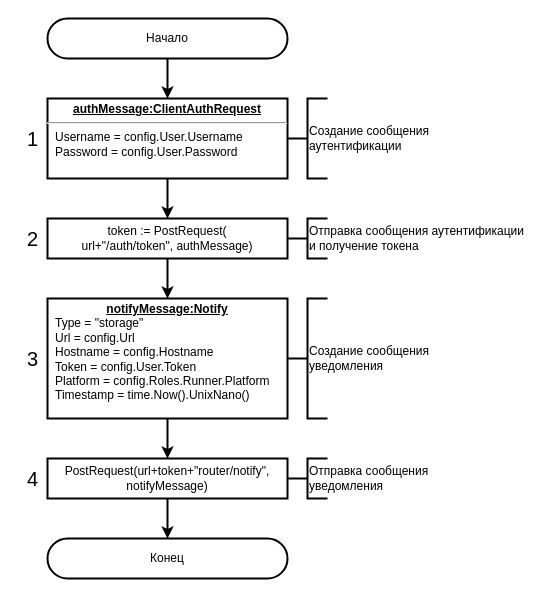
Before: page "notify-router" (1 of 8) of images/algorithm/storage/algorithm-storage.drawio in necroin/vss-docs, a draw.io diagram. Source tidied: cells renumbered, new cells numbered last; positions are measured from the earlier drawing's top-left corner, leaving out a move shared by most shapes. Both pictures are drawn from the tidied source at 100%, with x=0, y=0 at pixel (17, 18).
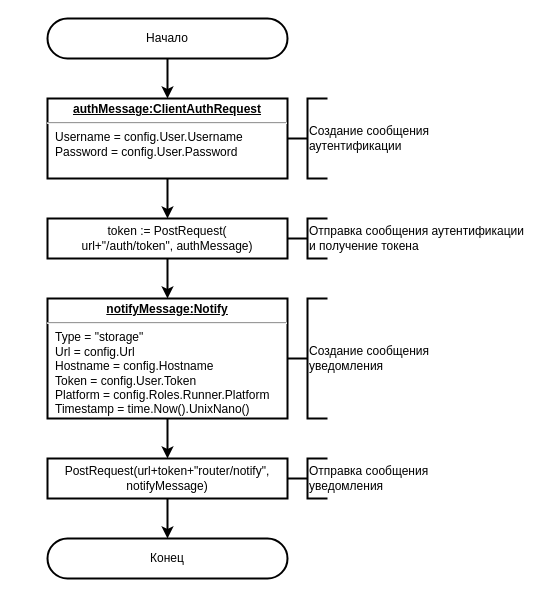
The same page after the edit.

Change to the diagram source:
```diff
@@
-    <mxCell id="11" value="&lt;p style=&quot;margin:0px;margin-top:4px;text-align:center;text-decoration:underline;&quot;&gt;&lt;b&gt;notifyMessage:&lt;/b&gt;&lt;b style=&quot;background-color: initial;&quot;&gt;&lt;u&gt;Notify&lt;/u&gt;&lt;/b&gt;&lt;/p&gt;&lt;p style=&quot;margin:0px;margin-left:8px;&quot;&gt;Type = &quot;storage&quot;&lt;/p&gt;&lt;p style=&quot;margin:0px;margin-left:8px;&quot;&gt;&#9;&#9;Url = config.Url&lt;/p&gt;&lt;p style=&quot;margin:0px;margin-left:8px;&quot;&gt;&lt;span style=&quot;&quot;&gt;&#9;&#9;&lt;/span&gt;Hostname = config.Hostname&lt;/p&gt;&lt;p style=&quot;margin:0px;margin-left:8px;&quot;&gt;&lt;span style=&quot;&quot;&gt;&#9;&#9;&lt;/span&gt;Token = config.User.Token&lt;/p&gt;&lt;p style=&quot;margin:0px;margin-left:8px;&quot;&gt;&lt;span style=&quot;&quot;&gt;&#9;&#9;&lt;/span&gt;Platform = config.Roles.Runner.Platform&lt;/p&gt;&lt;p style=&quot;margin:0px;margin-left:8px;&quot;&gt;&lt;span style=&quot;&quot;&gt;&#9;&#9;&lt;/span&gt;Timestamp = time.Now().UnixNano()&lt;/p&gt;" style="verticalAlign=top;align=left;overflow=fill;fontSize=12;fontFamily=Helvetica;html=1;strokeColor=default;strokeWidth=2;fillColor=none;" parent="1" vertex="1">
-      <mxGeometry x="30" y="280" width="240" height="120" as="geometry" />
-    </mxCell>
@@
-    <mxCell id="13" value="2" style="text;html=1;align=center;verticalAlign=middle;strokeColor=none;fillColor=none;fontSize=20;strokeWidth=2;" parent="1" vertex="1">
-      <mxGeometry y="200" width="30" height="40" as="geometry" />
-    </mxCell>
-    <mxCell id="14" value="1" style="text;html=1;align=center;verticalAlign=middle;strokeColor=none;fillColor=none;fontSize=20;strokeWidth=2;" parent="1" vertex="1">
-      <mxGeometry y="100" width="30" height="40" as="geometry" />
-    </mxCell>
-    <mxCell id="15" value="3" style="text;html=1;align=center;verticalAlign=middle;strokeColor=none;fillColor=none;fontSize=20;strokeWidth=2;" parent="1" vertex="1">
-      <mxGeometry y="320" width="30" height="40" as="geometry" />
-    </mxCell>
-    <mxCell id="16" value="4" style="text;html=1;align=center;verticalAlign=middle;strokeColor=none;fillColor=none;fontSize=20;strokeWidth=2;" parent="1" vertex="1">
-      <mxGeometry y="440" width="30" height="40" as="geometry" />
-    </mxCell>
@@
+    <mxCell id="11" value="&lt;p style=&quot;margin:0px;margin-top:4px;text-align:center;text-decoration:underline;&quot;&gt;&lt;b style=&quot;border-color: var(--border-color);&quot;&gt;notifyMessage:&lt;/b&gt;&lt;b style=&quot;border-color: var(--border-color); background-color: initial;&quot;&gt;&lt;u style=&quot;border-color: var(--border-color);&quot;&gt;Notify&lt;/u&gt;&lt;/b&gt;&lt;br&gt;&lt;/p&gt;&lt;hr&gt;&lt;p style=&quot;border-color: var(--border-color); margin: 0px 0px 0px 8px;&quot;&gt;Type = &quot;storage&quot;&lt;/p&gt;&lt;p style=&quot;border-color: var(--border-color); margin: 0px 0px 0px 8px;&quot;&gt;Url = config.Url&lt;/p&gt;&lt;p style=&quot;border-color: var(--border-color); margin: 0px 0px 0px 8px;&quot;&gt;Hostname = config.Hostname&lt;/p&gt;&lt;p style=&quot;border-color: var(--border-color); margin: 0px 0px 0px 8px;&quot;&gt;&lt;span style=&quot;border-color: var(--border-color);&quot;&gt;&lt;/span&gt;Token = config.User.Token&lt;/p&gt;&lt;p style=&quot;border-color: var(--border-color); margin: 0px 0px 0px 8px;&quot;&gt;&lt;span style=&quot;border-color: var(--border-color);&quot;&gt;&lt;/span&gt;Platform = config.Roles.Runner.Platform&lt;/p&gt;&lt;p style=&quot;border-color: var(--border-color); margin: 0px 0px 0px 8px;&quot;&gt;&lt;span style=&quot;border-color: var(--border-color);&quot;&gt;&lt;/span&gt;Timestamp = time.Now().UnixNano()&lt;/p&gt;" style="verticalAlign=top;align=left;overflow=fill;fontSize=12;fontFamily=Helvetica;html=1;strokeColor=default;strokeWidth=2;fillColor=none;" parent="1" vertex="1">
+      <mxGeometry x="30" y="280" width="240" height="120" as="geometry" />
+    </mxCell>
```
